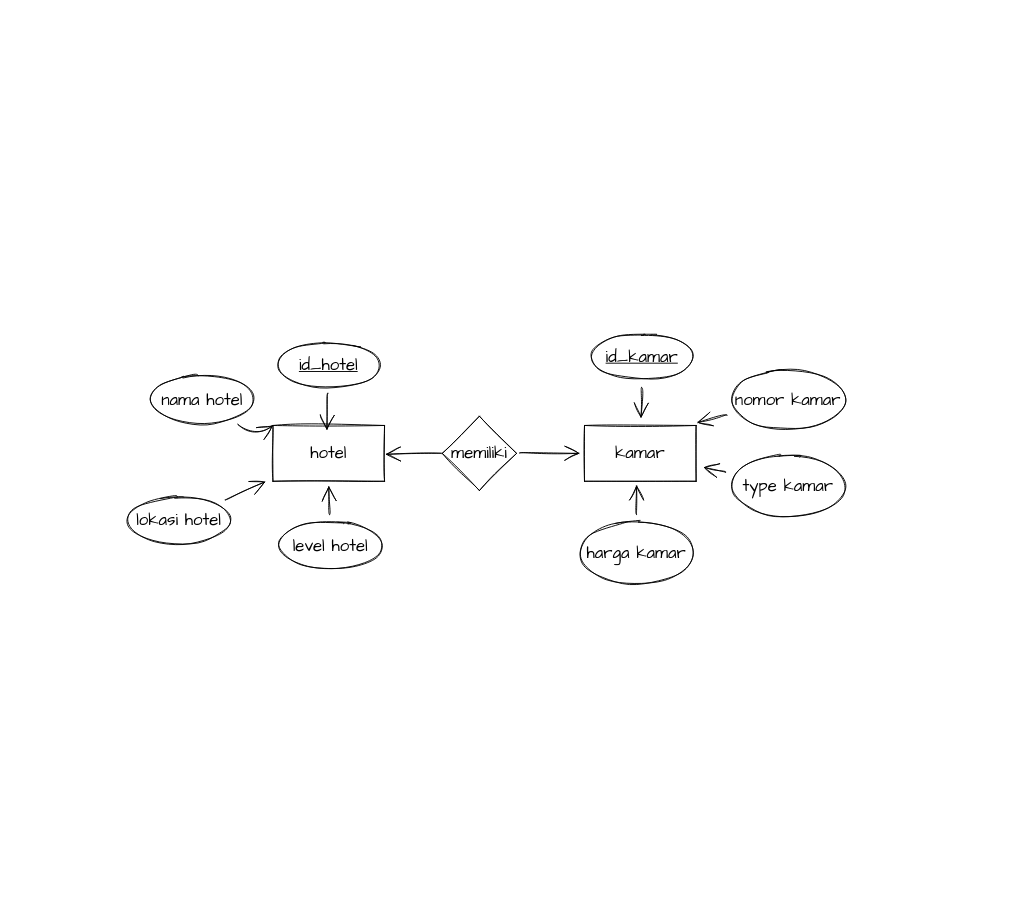
Above: page "Page-1" (1 of 3) of ERD dasar ke 2.drawio in Ahmadmunandar22/ERD-dasar (draw.io), before the change. Source tidied: cells renumbered, new cells numbered last; positions are measured from the earlier drawing's top-left corner, leaving out a move shared by most shapes. Both pictures are drawn from the tidied source at 93%, with x=0, y=0 at pixel (125, 333).
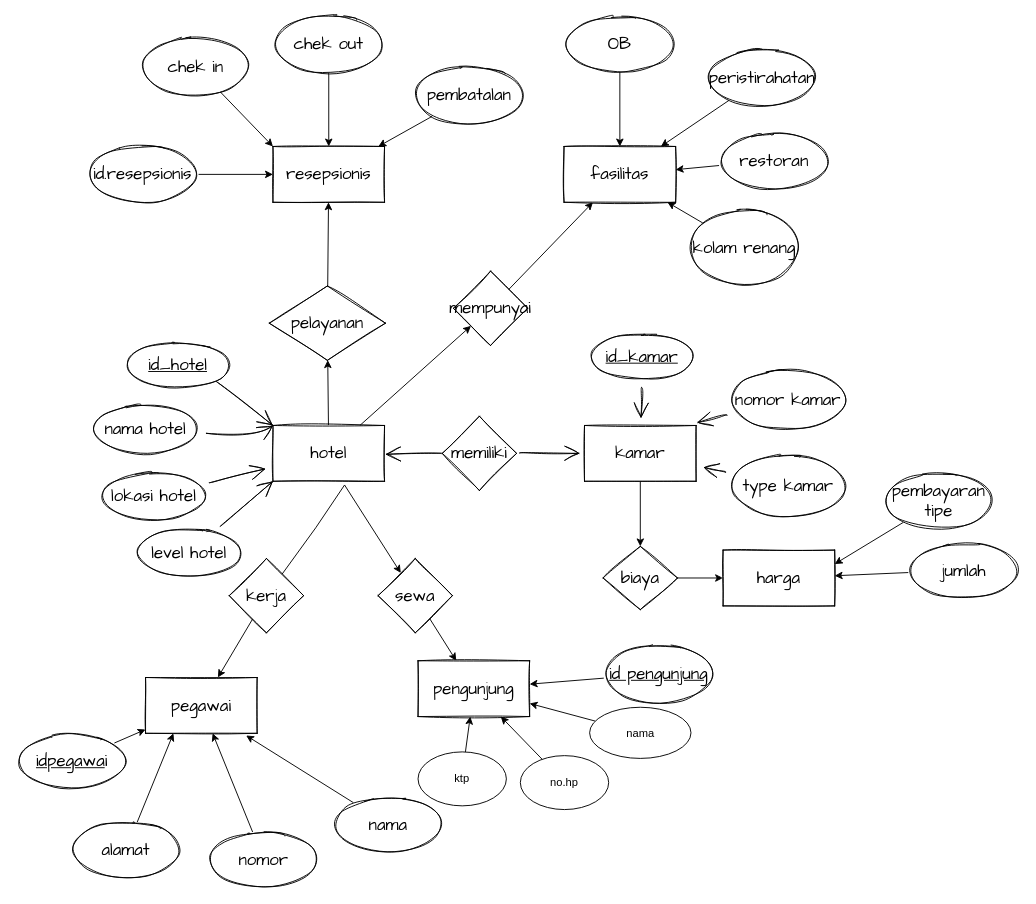
The same page after the edit.

The change refers to these unchanged cells:
```xml
<mxCell id="2" value="hotel" style="whiteSpace=wrap;html=1;sketch=1;hachureGap=4;fontFamily=Architects Daughter;fontSize=18;" parent="1" vertex="1">
  <mxGeometry x="159" y="99" width="120" height="60" as="geometry" />
</mxCell>
<mxCell id="4" value="kamar" style="whiteSpace=wrap;html=1;sketch=1;hachureGap=4;fontFamily=Architects Daughter;fontSize=18;" parent="1" vertex="1">
  <mxGeometry x="494" y="99" width="120" height="60" as="geometry" />
</mxCell>
```

The edit, as a diff of the source:
```diff
@@
+    <mxCell id="23" style="edgeStyle=none;rounded=0;jettySize=auto;html=1;" parent="1" edge="1" source="2" target="34">
+      <mxGeometry relative="1" as="geometry" />
+    </mxCell>
+    <mxCell id="24" style="edgeStyle=none;rounded=0;jettySize=auto;html=1;" parent="1" edge="1" source="2" target="43">
+      <mxGeometry relative="1" as="geometry" />
+    </mxCell>
@@
+    <mxCell id="25" style="edgeStyle=orthogonalEdgeStyle;rounded=0;jettySize=auto;html=1;" parent="1" edge="1" source="4" target="27">
+      <mxGeometry relative="1" as="geometry" />
+    </mxCell>
@@
-    <mxCell id="5" style="edgeStyle=none;curved=1;rounded=0;sketch=1;hachureGap=4;orthogonalLoop=1;jettySize=auto;html=1;fontFamily=Architects Daughter;fontSize=18;endArrow=open;startSize=14;endSize=14;sourcePerimeterSpacing=8;targetPerimeterSpacing=8;" parent="1" edge="1">
-      <mxGeometry relative="1" as="geometry">
-        <mxPoint x="218.1" y="64" as="sourcePoint" />
-        <mxPoint x="217" y="104" as="targetPoint" />
-      </mxGeometry>
+    <mxCell id="5" style="edgeStyle=none;curved=1;rounded=0;sketch=1;hachureGap=4;jettySize=auto;html=1;fontFamily=Architects Daughter;fontSize=18;endArrow=open;startSize=14;endSize=14;sourcePerimeterSpacing=8;targetPerimeterSpacing=8;entryX=0;entryY=0;entryDx=0;entryDy=0;exitX=1;exitY=1;exitDx=0;exitDy=0;" parent="1" edge="1" source="6" target="2">
+      <mxGeometry relative="1" as="geometry" />
     </mxCell>
     <mxCell id="6" value="&lt;u&gt;id_hotel&lt;/u&gt;" style="ellipse;whiteSpace=wrap;html=1;sketch=1;hachureGap=4;fontFamily=Architects Daughter;fontSize=18;" parent="1" vertex="1">
-      <mxGeometry x="161" y="9" width="116" height="50" as="geometry" />
+      <mxGeometry x="-1" y="9" width="116" height="50" as="geometry" />
     </mxCell>
@@
     <mxCell id="10" value="nama hotel" style="ellipse;whiteSpace=wrap;html=1;sketch=1;hachureGap=4;fontFamily=Architects Daughter;fontSize=18;" parent="1" vertex="1">
-      <mxGeometry x="25" y="46" width="116" height="50" as="geometry" />
+      <mxGeometry x="-36" y="78" width="116" height="50" as="geometry" />
     </mxCell>
@@
-    <mxCell id="17" style="edgeStyle=none;curved=1;rounded=0;sketch=1;hachureGap=4;jettySize=auto;html=1;fontFamily=Architects Daughter;fontSize=18;endArrow=open;startSize=14;endSize=14;sourcePerimeterSpacing=8;targetPerimeterSpacing=8;" parent="1" edge="1" source="18">
-      <mxGeometry relative="1" as="geometry">
-        <mxPoint x="550" y="163" as="targetPoint" />
-      </mxGeometry>
-    </mxCell>
-    <mxCell id="18" value="harga kamar" style="ellipse;whiteSpace=wrap;html=1;sketch=1;hachureGap=4;fontFamily=Architects Daughter;fontSize=18;" parent="1" vertex="1">
-      <mxGeometry x="486" y="203" width="128" height="66" as="geometry" />
-    </mxCell>
@@
     <mxCell id="20" value="lokasi hotel" style="ellipse;whiteSpace=wrap;html=1;sketch=1;hachureGap=4;fontFamily=Architects Daughter;fontSize=18;" parent="1" vertex="1">
-      <mxGeometry y="176" width="116" height="50" as="geometry" />
+      <mxGeometry x="-27" y="150" width="116" height="50" as="geometry" />
     </mxCell>
-    <mxCell id="21" style="edgeStyle=none;curved=1;rounded=0;sketch=1;hachureGap=4;jettySize=auto;html=1;fontFamily=Architects Daughter;fontSize=18;endArrow=open;startSize=14;endSize=14;sourcePerimeterSpacing=8;targetPerimeterSpacing=8;" parent="1" edge="1" source="22">
-      <mxGeometry relative="1" as="geometry">
-        <mxPoint x="219" y="164" as="targetPoint" />
-      </mxGeometry>
+    <mxCell id="21" style="edgeStyle=none;curved=1;rounded=0;sketch=1;hachureGap=4;jettySize=auto;html=1;fontFamily=Architects Daughter;fontSize=18;endArrow=open;startSize=14;endSize=14;sourcePerimeterSpacing=8;targetPerimeterSpacing=8;entryX=0;entryY=1;entryDx=0;entryDy=0;" parent="1" edge="1" source="22" target="2">
+      <mxGeometry relative="1" as="geometry" />
     </mxCell>
     <mxCell id="22" value="level hotel" style="ellipse;whiteSpace=wrap;html=1;sketch=1;hachureGap=4;fontFamily=Architects Daughter;fontSize=18;" parent="1" vertex="1">
-      <mxGeometry x="163" y="203" width="116" height="50" as="geometry" />
+      <mxGeometry x="11" y="211" width="116" height="50" as="geometry" />
     </mxCell>
+    <mxCell id="26" style="edgeStyle=orthogonalEdgeStyle;rounded=0;jettySize=auto;html=1;" parent="1" edge="1" source="27" target="28">
+      <mxGeometry relative="1" as="geometry" />
+    </mxCell>
+    <mxCell id="27" value="biaya" style="rhombus;whiteSpace=wrap;html=1;fontFamily=Architects Daughter;fontSize=18;sketch=1;hachureGap=4;" parent="1" vertex="1">
+      <mxGeometry x="514" y="229" width="80" height="68" as="geometry" />
+    </mxCell>
+    <mxCell id="28" value="harga" style="whiteSpace=wrap;html=1;fontFamily=Architects Daughter;fontSize=18;sketch=1;hachureGap=4;" parent="1" vertex="1">
+      <mxGeometry x="643" y="233" width="120" height="60" as="geometry" />
+    </mxCell>
+    <mxCell id="29" style="edgeStyle=none;rounded=0;jettySize=auto;html=1;" parent="1" edge="1" source="30" target="28">
+      <mxGeometry relative="1" as="geometry" />
+    </mxCell>
+    <mxCell id="30" value="jumlah" style="ellipse;whiteSpace=wrap;html=1;fontFamily=Architects Daughter;fontSize=18;sketch=1;hachureGap=4;" parent="1" vertex="1">
+      <mxGeometry x="842" y="225" width="120" height="60" as="geometry" />
+    </mxCell>
+    <mxCell id="31" style="edgeStyle=none;rounded=0;jettySize=auto;html=1;entryX=1;entryY=0.25;entryDx=0;entryDy=0;" parent="1" edge="1" source="32" target="28">
+      <mxGeometry relative="1" as="geometry" />
+    </mxCell>
+    <mxCell id="32" value="pembayaran tipe" style="ellipse;whiteSpace=wrap;html=1;fontFamily=Architects Daughter;fontSize=18;sketch=1;hachureGap=4;" parent="1" vertex="1">
+      <mxGeometry x="815" y="150" width="120" height="60" as="geometry" />
+    </mxCell>
+    <mxCell id="33" style="edgeStyle=none;rounded=0;jettySize=auto;html=1;" parent="1" edge="1" source="34" target="35">
+      <mxGeometry relative="1" as="geometry" />
+    </mxCell>
+    <mxCell id="34" value="pelayanan" style="rhombus;whiteSpace=wrap;html=1;fontFamily=Architects Daughter;fontSize=18;sketch=1;hachureGap=4;" parent="1" vertex="1">
+      <mxGeometry x="155" y="-51" width="125" height="80" as="geometry" />
+    </mxCell>
+    <mxCell id="35" value="resepsionis" style="whiteSpace=wrap;html=1;fontFamily=Architects Daughter;fontSize=18;sketch=1;hachureGap=4;" parent="1" vertex="1">
+      <mxGeometry x="159" y="-201" width="120" height="60" as="geometry" />
+    </mxCell>
+    <mxCell id="36" style="edgeStyle=none;rounded=0;jettySize=auto;html=1;entryX=0;entryY=0;entryDx=0;entryDy=0;" parent="1" edge="1" source="37" target="35">
+      <mxGeometry relative="1" as="geometry" />
+    </mxCell>
+    <mxCell id="37" value="chek in" style="ellipse;whiteSpace=wrap;html=1;fontFamily=Architects Daughter;fontSize=18;sketch=1;hachureGap=4;" parent="1" vertex="1">
+      <mxGeometry x="16" y="-317" width="120" height="60" as="geometry" />
+    </mxCell>
+    <mxCell id="38" style="edgeStyle=none;rounded=0;jettySize=auto;html=1;" parent="1" edge="1" source="39" target="35">
+      <mxGeometry relative="1" as="geometry" />
+    </mxCell>
+    <mxCell id="39" value="chek out" style="ellipse;whiteSpace=wrap;html=1;fontFamily=Architects Daughter;fontSize=18;sketch=1;hachureGap=4;" parent="1" vertex="1">
+      <mxGeometry x="159" y="-341" width="120" height="60" as="geometry" />
+    </mxCell>
+    <mxCell id="40" style="edgeStyle=none;rounded=0;jettySize=auto;html=1;" parent="1" edge="1" source="41" target="35">
+      <mxGeometry relative="1" as="geometry" />
+    </mxCell>
+    <mxCell id="41" value="pembatalan" style="ellipse;whiteSpace=wrap;html=1;fontFamily=Architects Daughter;fontSize=18;sketch=1;hachureGap=4;" parent="1" vertex="1">
+      <mxGeometry x="310" y="-286" width="120" height="60" as="geometry" />
+    </mxCell>
+    <mxCell id="42" style="edgeStyle=none;rounded=0;jettySize=auto;html=1;" parent="1" edge="1" source="43" target="44">
+      <mxGeometry relative="1" as="geometry" />
+    </mxCell>
+    <mxCell id="43" value="mempunyai" style="rhombus;whiteSpace=wrap;html=1;fontFamily=Architects Daughter;fontSize=18;sketch=1;hachureGap=4;" parent="1" vertex="1">
+      <mxGeometry x="353" y="-67" width="80" height="80" as="geometry" />
+    </mxCell>
+    <mxCell id="44" value="fasilitas" style="whiteSpace=wrap;html=1;fontFamily=Architects Daughter;fontSize=18;sketch=1;hachureGap=4;" parent="1" vertex="1">
+      <mxGeometry x="472" y="-201" width="120" height="60" as="geometry" />
+    </mxCell>
+    <mxCell id="45" style="edgeStyle=none;rounded=0;jettySize=auto;html=1;" parent="1" edge="1" source="46" target="44">
+      <mxGeometry relative="1" as="geometry" />
+    </mxCell>
+    <mxCell id="46" value="OB" style="ellipse;whiteSpace=wrap;html=1;fontFamily=Architects Daughter;fontSize=18;sketch=1;hachureGap=4;" parent="1" vertex="1">
+      <mxGeometry x="472" y="-341" width="120" height="60" as="geometry" />
+    </mxCell>
+    <mxCell id="47" style="edgeStyle=none;rounded=0;jettySize=auto;html=1;" parent="1" edge="1" source="48" target="44">
+      <mxGeometry relative="1" as="geometry" />
+    </mxCell>
+    <mxCell id="48" value="peristirahatan" style="ellipse;whiteSpace=wrap;html=1;fontFamily=Architects Daughter;fontSize=18;sketch=1;hachureGap=4;" parent="1" vertex="1">
+      <mxGeometry x="625" y="-305" width="120" height="60" as="geometry" />
+    </mxCell>
+    <mxCell id="49" style="edgeStyle=none;rounded=0;jettySize=auto;html=1;" parent="1" edge="1" source="50" target="44">
+      <mxGeometry relative="1" as="geometry" />
+    </mxCell>
+    <mxCell id="50" value="restoran" style="ellipse;whiteSpace=wrap;html=1;fontFamily=Architects Daughter;fontSize=18;sketch=1;hachureGap=4;" parent="1" vertex="1">
+      <mxGeometry x="638" y="-215" width="120" height="60" as="geometry" />
+    </mxCell>
+    <mxCell id="51" style="edgeStyle=none;rounded=0;jettySize=auto;html=1;" parent="1" edge="1" source="52" target="44">
+      <mxGeometry relative="1" as="geometry" />
+    </mxCell>
+    <mxCell id="52" value="kolam renang" style="ellipse;whiteSpace=wrap;html=1;fontFamily=Architects Daughter;fontSize=18;sketch=1;hachureGap=4;" parent="1" vertex="1">
+      <mxGeometry x="606" y="-132" width="120" height="79" as="geometry" />
+    </mxCell>
+    <mxCell id="53" style="edgeStyle=none;rounded=0;jettySize=auto;html=1;" parent="1" edge="1" source="55" target="56">
+      <mxGeometry relative="1" as="geometry" />
+    </mxCell>
+    <mxCell id="54" style="edgeStyle=none;rounded=0;jettySize=auto;html=1;" parent="1" edge="1" source="55" target="68">
+      <mxGeometry relative="1" as="geometry">
+        <Array as="points">
+          <mxPoint x="205" y="209" />
+          <mxPoint x="236" y="163" />
+        </Array>
+      </mxGeometry>
+    </mxCell>
+    <mxCell id="55" value="kerja" style="rhombus;whiteSpace=wrap;html=1;fontFamily=Architects Daughter;fontSize=18;sketch=1;hachureGap=4;" parent="1" vertex="1">
+      <mxGeometry x="112" y="242" width="80" height="80" as="geometry" />
+    </mxCell>
+    <mxCell id="56" value="pegawai" style="whiteSpace=wrap;html=1;fontFamily=Architects Daughter;fontSize=18;sketch=1;hachureGap=4;" parent="1" vertex="1">
+      <mxGeometry x="22" y="370" width="120" height="60" as="geometry" />
+    </mxCell>
+    <mxCell id="57" style="edgeStyle=none;rounded=0;jettySize=auto;html=1;" parent="1" edge="1" source="58" target="56">
+      <mxGeometry relative="1" as="geometry" />
+    </mxCell>
+    <mxCell id="58" value="&lt;u&gt;idpegawa&lt;/u&gt;i" style="ellipse;whiteSpace=wrap;html=1;fontFamily=Architects Daughter;fontSize=18;sketch=1;hachureGap=4;" parent="1" vertex="1">
+      <mxGeometry x="-117" y="430" width="120" height="60" as="geometry" />
+    </mxCell>
+    <mxCell id="59" style="edgeStyle=none;rounded=0;jettySize=auto;html=1;entryX=0.901;entryY=1.039;entryDx=0;entryDy=0;entryPerimeter=0;" parent="1" edge="1" source="60" target="56">
+      <mxGeometry relative="1" as="geometry" />
+    </mxCell>
+    <mxCell id="60" value="nama" style="ellipse;whiteSpace=wrap;html=1;fontFamily=Architects Daughter;fontSize=18;sketch=1;hachureGap=4;" parent="1" vertex="1">
+      <mxGeometry x="223" y="498" width="120" height="60" as="geometry" />
+    </mxCell>
+    <mxCell id="61" style="edgeStyle=none;rounded=0;jettySize=auto;html=1;" parent="1" edge="1" source="62" target="56">
+      <mxGeometry relative="1" as="geometry" />
+    </mxCell>
+    <mxCell id="62" value="nomor" style="ellipse;whiteSpace=wrap;html=1;fontFamily=Architects Daughter;fontSize=18;sketch=1;hachureGap=4;" parent="1" vertex="1">
+      <mxGeometry x="89" y="536" width="120" height="60" as="geometry" />
+    </mxCell>
+    <mxCell id="63" style="edgeStyle=none;rounded=0;jettySize=auto;html=1;entryX=0.25;entryY=1;entryDx=0;entryDy=0;" parent="1" edge="1" source="64" target="56">
+      <mxGeometry relative="1" as="geometry" />
+    </mxCell>
+    <mxCell id="64" value="alamat" style="ellipse;whiteSpace=wrap;html=1;fontFamily=Architects Daughter;fontSize=18;sketch=1;hachureGap=4;" parent="1" vertex="1">
+      <mxGeometry x="-59" y="525" width="120" height="60" as="geometry" />
+    </mxCell>
+    <mxCell id="65" style="edgeStyle=none;rounded=0;jettySize=auto;html=1;" parent="1" edge="1" source="66" target="35">
+      <mxGeometry relative="1" as="geometry" />
+    </mxCell>
+    <mxCell id="66" value="id.resepsionis" style="ellipse;whiteSpace=wrap;html=1;fontFamily=Architects Daughter;fontSize=18;sketch=1;hachureGap=4;" parent="1" vertex="1">
+      <mxGeometry x="-41" y="-201" width="120" height="60" as="geometry" />
+    </mxCell>
+    <mxCell id="67" style="edgeStyle=none;rounded=0;jettySize=auto;html=1;" parent="1" edge="1" source="68" target="69">
+      <mxGeometry relative="1" as="geometry" />
+    </mxCell>
+    <mxCell id="68" value="sewa" style="rhombus;whiteSpace=wrap;html=1;fontFamily=Architects Daughter;fontSize=18;sketch=1;hachureGap=4;" parent="1" vertex="1">
+      <mxGeometry x="272" y="242" width="80" height="80" as="geometry" />
+    </mxCell>
+    <mxCell id="69" value="pengunjung" style="whiteSpace=wrap;html=1;fontFamily=Architects Daughter;fontSize=18;sketch=1;hachureGap=4;" parent="1" vertex="1">
+      <mxGeometry x="315" y="352" width="120" height="60" as="geometry" />
+    </mxCell>
+    <mxCell id="70" style="edgeStyle=none;rounded=0;jettySize=auto;html=1;" parent="1" edge="1" source="71" target="69">
+      <mxGeometry relative="1" as="geometry" />
+    </mxCell>
+    <mxCell id="71" value="id pengunjung" style="ellipse;whiteSpace=wrap;html=1;fontFamily=Architects Daughter;fontSize=18;sketch=1;hachureGap=4;fontStyle=4;" parent="1" vertex="1">
+      <mxGeometry x="514" y="336" width="120" height="60" as="geometry" />
+    </mxCell>
+    <mxCell id="72" style="edgeStyle=none;rounded=0;jettySize=auto;html=1;" parent="1" edge="1" source="73" target="69">
+      <mxGeometry relative="1" as="geometry" />
+    </mxCell>
+    <mxCell id="73" value="nama" style="ellipse;whiteSpace=wrap;html=1;" parent="1" vertex="1">
+      <mxGeometry x="499.5" y="402" width="109" height="55" as="geometry" />
+    </mxCell>
+    <mxCell id="74" style="edgeStyle=none;rounded=0;jettySize=auto;html=1;" parent="1" edge="1" source="75" target="69">
+      <mxGeometry relative="1" as="geometry" />
+    </mxCell>
+    <mxCell id="75" value="no.hp" style="ellipse;whiteSpace=wrap;html=1;" parent="1" vertex="1">
+      <mxGeometry x="425" y="454" width="95" height="58" as="geometry" />
+    </mxCell>
+    <mxCell id="76" style="edgeStyle=none;rounded=0;jettySize=auto;html=1;" parent="1" edge="1" source="77" target="69">
+      <mxGeometry relative="1" as="geometry" />
+    </mxCell>
+    <mxCell id="77" value="ktp" style="ellipse;whiteSpace=wrap;html=1;" parent="1" vertex="1">
+      <mxGeometry x="315" y="450" width="95" height="58" as="geometry" />
+    </mxCell>
```
